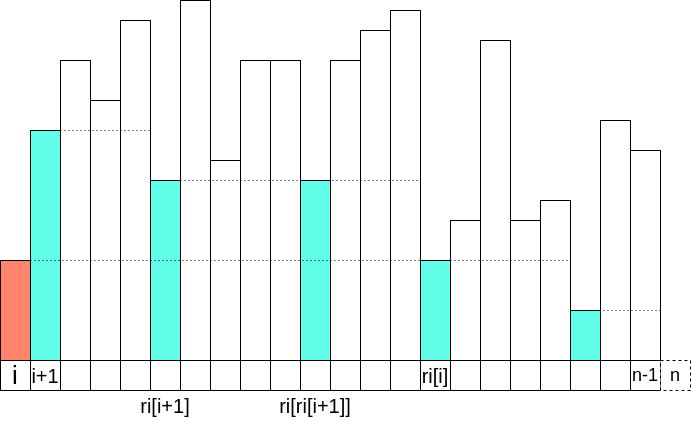
lrvideckis/programming_team_code keeps this draw.io diagram as tests/images/mono_stack.png. Above is the earlier version. Source tidied: cells renumbered, new cells last; positions are measured from the earlier drawing's top-left corner, leaving out a move shared by most shapes. The source it was exported from:
```xml
<mxGraphModel>
  <root>
    <mxCell id="0" />
    <mxCell id="1" parent="0" />
    <mxCell id="2" style="whiteSpace=wrap;html=1;" parent="1" vertex="1">
      <mxGeometry y="360" width="30" height="30" as="geometry" />
    </mxCell>
    <mxCell id="3" style="whiteSpace=wrap;html=1;" parent="1" vertex="1">
      <mxGeometry x="30" y="360" width="30" height="30" as="geometry" />
    </mxCell>
    <mxCell id="4" style="whiteSpace=wrap;html=1;" parent="1" vertex="1">
      <mxGeometry x="60" y="360" width="30" height="30" as="geometry" />
    </mxCell>
    <mxCell id="5" style="whiteSpace=wrap;html=1;" parent="1" vertex="1">
      <mxGeometry x="90" y="360" width="30" height="30" as="geometry" />
    </mxCell>
    <mxCell id="6" style="whiteSpace=wrap;html=1;" parent="1" vertex="1">
      <mxGeometry x="120" y="360" width="30" height="30" as="geometry" />
    </mxCell>
    <mxCell id="7" style="whiteSpace=wrap;html=1;" parent="1" vertex="1">
      <mxGeometry x="150" y="360" width="30" height="30" as="geometry" />
    </mxCell>
    <mxCell id="8" style="whiteSpace=wrap;html=1;" parent="1" vertex="1">
      <mxGeometry x="180" y="360" width="30" height="30" as="geometry" />
    </mxCell>
    <mxCell id="9" style="whiteSpace=wrap;html=1;" parent="1" vertex="1">
      <mxGeometry x="210" y="360" width="30" height="30" as="geometry" />
    </mxCell>
    <mxCell id="10" style="whiteSpace=wrap;html=1;" parent="1" vertex="1">
      <mxGeometry x="240" y="360" width="30" height="30" as="geometry" />
    </mxCell>
    <mxCell id="11" style="whiteSpace=wrap;html=1;" parent="1" vertex="1">
      <mxGeometry x="270" y="360" width="30" height="30" as="geometry" />
    </mxCell>
    <mxCell id="12" style="whiteSpace=wrap;html=1;" parent="1" vertex="1">
      <mxGeometry x="300" y="360" width="30" height="30" as="geometry" />
    </mxCell>
    <mxCell id="13" style="whiteSpace=wrap;html=1;" parent="1" vertex="1">
      <mxGeometry x="330" y="360" width="30" height="30" as="geometry" />
    </mxCell>
    <mxCell id="14" style="whiteSpace=wrap;html=1;" parent="1" vertex="1">
      <mxGeometry x="360" y="360" width="30" height="30" as="geometry" />
    </mxCell>
    <mxCell id="15" style="whiteSpace=wrap;html=1;" parent="1" vertex="1">
      <mxGeometry x="390" y="360" width="30" height="30" as="geometry" />
    </mxCell>
    <mxCell id="16" style="whiteSpace=wrap;html=1;" parent="1" vertex="1">
      <mxGeometry x="420" y="360" width="30" height="30" as="geometry" />
    </mxCell>
    <mxCell id="17" style="whiteSpace=wrap;html=1;" parent="1" vertex="1">
      <mxGeometry x="450" y="360" width="30" height="30" as="geometry" />
    </mxCell>
    <mxCell id="18" style="whiteSpace=wrap;html=1;" parent="1" vertex="1">
      <mxGeometry x="480" y="360" width="30" height="30" as="geometry" />
    </mxCell>
    <mxCell id="19" style="whiteSpace=wrap;html=1;" parent="1" vertex="1">
      <mxGeometry x="510" y="360" width="30" height="30" as="geometry" />
    </mxCell>
    <mxCell id="20" style="whiteSpace=wrap;html=1;" parent="1" vertex="1">
      <mxGeometry x="540" y="360" width="30" height="30" as="geometry" />
    </mxCell>
    <mxCell id="21" style="whiteSpace=wrap;html=1;" parent="1" vertex="1">
      <mxGeometry x="570" y="360" width="30" height="30" as="geometry" />
    </mxCell>
    <mxCell id="22" style="whiteSpace=wrap;html=1;" parent="1" vertex="1">
      <mxGeometry x="600" y="360" width="30" height="30" as="geometry" />
    </mxCell>
    <mxCell id="23" style="whiteSpace=wrap;html=1;" parent="1" vertex="1">
      <mxGeometry x="630" y="360" width="30" height="30" as="geometry" />
    </mxCell>
    <mxCell id="24" style="rounded=0;whiteSpace=wrap;html=1;fillColor=#FF846B;" parent="1" vertex="1">
      <mxGeometry y="260" width="30" height="100" as="geometry" />
    </mxCell>
    <mxCell id="25" style="rounded=0;whiteSpace=wrap;html=1;fillColor=#61FFEA;" parent="1" vertex="1">
      <mxGeometry x="30" y="130" width="30" height="230" as="geometry" />
    </mxCell>
    <mxCell id="26" style="rounded=0;whiteSpace=wrap;html=1;fillColor=#61FFEA;" parent="1" vertex="1">
      <mxGeometry x="150" y="180" width="30" height="180" as="geometry" />
    </mxCell>
    <mxCell id="27" style="rounded=0;whiteSpace=wrap;html=1;fillColor=#61FFEA;" parent="1" vertex="1">
      <mxGeometry x="300" y="180" width="30" height="180" as="geometry" />
    </mxCell>
    <mxCell id="28" style="rounded=0;whiteSpace=wrap;html=1;fillColor=#61FFEA;" parent="1" vertex="1">
      <mxGeometry x="420" y="260" width="30" height="100" as="geometry" />
    </mxCell>
    <mxCell id="29" style="rounded=0;whiteSpace=wrap;html=1;fillColor=#61FFEA;" parent="1" vertex="1">
      <mxGeometry x="570" y="310" width="30" height="50" as="geometry" />
    </mxCell>
    <mxCell id="30" style="rounded=0;whiteSpace=wrap;html=1;" parent="1" vertex="1">
      <mxGeometry x="60" y="60" width="30" height="300" as="geometry" />
    </mxCell>
    <mxCell id="31" style="rounded=0;whiteSpace=wrap;html=1;" parent="1" vertex="1">
      <mxGeometry x="90" y="100" width="30" height="260" as="geometry" />
    </mxCell>
    <mxCell id="32" style="rounded=0;whiteSpace=wrap;html=1;" parent="1" vertex="1">
      <mxGeometry x="120" y="20" width="30" height="340" as="geometry" />
    </mxCell>
    <mxCell id="33" style="rounded=0;whiteSpace=wrap;html=1;" parent="1" vertex="1">
      <mxGeometry x="180" width="30" height="360" as="geometry" />
    </mxCell>
    <mxCell id="34" style="rounded=0;whiteSpace=wrap;html=1;" parent="1" vertex="1">
      <mxGeometry x="210" y="160" width="30" height="200" as="geometry" />
    </mxCell>
    <mxCell id="35" style="rounded=0;whiteSpace=wrap;html=1;" parent="1" vertex="1">
      <mxGeometry x="240" y="60" width="30" height="300" as="geometry" />
    </mxCell>
    <mxCell id="36" style="rounded=0;whiteSpace=wrap;html=1;" parent="1" vertex="1">
      <mxGeometry x="270" y="60" width="30" height="300" as="geometry" />
    </mxCell>
    <mxCell id="37" style="rounded=0;whiteSpace=wrap;html=1;" parent="1" vertex="1">
      <mxGeometry x="330" y="60" width="30" height="300" as="geometry" />
    </mxCell>
    <mxCell id="38" style="rounded=0;whiteSpace=wrap;html=1;" parent="1" vertex="1">
      <mxGeometry x="360" y="30" width="30" height="330" as="geometry" />
    </mxCell>
    <mxCell id="39" style="rounded=0;whiteSpace=wrap;html=1;" parent="1" vertex="1">
      <mxGeometry x="390" y="10" width="30" height="350" as="geometry" />
    </mxCell>
    <mxCell id="40" style="rounded=0;whiteSpace=wrap;html=1;" parent="1" vertex="1">
      <mxGeometry x="450" y="220" width="30" height="140" as="geometry" />
    </mxCell>
    <mxCell id="41" style="rounded=0;whiteSpace=wrap;html=1;" parent="1" vertex="1">
      <mxGeometry x="480" y="40" width="30" height="320" as="geometry" />
    </mxCell>
    <mxCell id="42" style="rounded=0;whiteSpace=wrap;html=1;" parent="1" vertex="1">
      <mxGeometry x="510" y="220" width="30" height="140" as="geometry" />
    </mxCell>
    <mxCell id="43" style="rounded=0;whiteSpace=wrap;html=1;" parent="1" vertex="1">
      <mxGeometry x="540" y="200" width="30" height="160" as="geometry" />
    </mxCell>
    <mxCell id="44" style="rounded=0;whiteSpace=wrap;html=1;" parent="1" vertex="1">
      <mxGeometry x="600" y="120" width="30" height="240" as="geometry" />
    </mxCell>
    <mxCell id="45" style="rounded=0;whiteSpace=wrap;html=1;" parent="1" vertex="1">
      <mxGeometry x="630" y="150" width="30" height="210" as="geometry" />
    </mxCell>
    <mxCell id="46" value="&lt;font style=&quot;font-size: 26px;&quot;&gt;i&lt;/font&gt;" style="text;html=1;strokeColor=none;fillColor=none;align=center;verticalAlign=middle;whiteSpace=wrap;rounded=0;" parent="1" vertex="1">
      <mxGeometry y="360" width="30" height="30" as="geometry" />
    </mxCell>
    <mxCell id="47" value="&lt;font style=&quot;font-size: 20px;&quot;&gt;i+1&lt;/font&gt;" style="text;html=1;strokeColor=none;fillColor=none;align=center;verticalAlign=middle;whiteSpace=wrap;rounded=0;" parent="1" vertex="1">
      <mxGeometry x="30" y="360" width="30" height="30" as="geometry" />
    </mxCell>
    <mxCell id="48" value="&lt;font style=&quot;font-size: 20px;&quot;&gt;ri[i+1]&lt;/font&gt;" style="text;html=1;strokeColor=none;fillColor=none;align=center;verticalAlign=middle;whiteSpace=wrap;rounded=0;" parent="1" vertex="1">
      <mxGeometry x="135" y="390" width="60" height="30" as="geometry" />
    </mxCell>
    <mxCell id="49" value="&lt;font style=&quot;font-size: 20px;&quot;&gt;ri[ri[i+1]]&lt;/font&gt;" style="text;html=1;strokeColor=none;fillColor=none;align=center;verticalAlign=middle;whiteSpace=wrap;rounded=0;" parent="1" vertex="1">
      <mxGeometry x="285" y="390" width="60" height="30" as="geometry" />
    </mxCell>
    <mxCell id="50" value="&lt;font style=&quot;font-size: 18px;&quot;&gt;n-1&lt;/font&gt;" style="text;html=1;strokeColor=none;fillColor=none;align=center;verticalAlign=middle;whiteSpace=wrap;rounded=0;" parent="1" vertex="1">
      <mxGeometry x="630" y="360" width="30" height="30" as="geometry" />
    </mxCell>
    <mxCell id="51" style="whiteSpace=wrap;html=1;dashed=1;" parent="1" vertex="1">
      <mxGeometry x="660" y="360" width="30" height="30" as="geometry" />
    </mxCell>
    <mxCell id="52" value="&lt;font style=&quot;font-size: 18px;&quot;&gt;n&lt;/font&gt;" style="text;html=1;strokeColor=none;fillColor=none;align=center;verticalAlign=middle;whiteSpace=wrap;rounded=0;" parent="1" vertex="1">
      <mxGeometry x="660" y="360" width="30" height="30" as="geometry" />
    </mxCell>
    <mxCell id="53" value="&lt;font style=&quot;font-size: 20px;&quot;&gt;ri[i]&lt;/font&gt;" style="text;html=1;strokeColor=none;fillColor=none;align=center;verticalAlign=middle;whiteSpace=wrap;rounded=0;" parent="1" vertex="1">
      <mxGeometry x="420" y="360" width="30" height="30" as="geometry" />
    </mxCell>
    <mxCell id="54" style="endArrow=none;dashed=1;html=1;dashPattern=1 3;strokeWidth=1;rounded=0;exitX=1;exitY=0;exitDx=0;exitDy=0;entryX=0;entryY=0;entryDx=0;entryDy=0;" parent="1" edge="1" source="24">
      <mxGeometry relative="1" as="geometry">
        <mxPoint x="570" y="260" as="targetPoint" />
      </mxGeometry>
    </mxCell>
    <mxCell id="55" style="endArrow=none;dashed=1;html=1;dashPattern=1 3;strokeWidth=1;rounded=0;exitX=0;exitY=0.5;exitDx=0;exitDy=0;entryX=0;entryY=0;entryDx=0;entryDy=0;" parent="1" edge="1" source="33">
      <mxGeometry relative="1" as="geometry">
        <mxPoint x="420" y="180" as="targetPoint" />
      </mxGeometry>
    </mxCell>
    <mxCell id="56" style="endArrow=none;dashed=1;html=1;dashPattern=1 3;strokeWidth=1;rounded=0;exitX=1;exitY=0;exitDx=0;exitDy=0;entryX=0;entryY=0;entryDx=0;entryDy=0;" parent="1" edge="1">
      <mxGeometry relative="1" as="geometry">
        <mxPoint x="60" y="130" as="sourcePoint" />
        <mxPoint x="150" y="130" as="targetPoint" />
      </mxGeometry>
    </mxCell>
    <mxCell id="57" style="endArrow=none;dashed=1;html=1;dashPattern=1 3;strokeWidth=1;rounded=0;entryX=1;entryY=0;entryDx=0;entryDy=0;exitX=0;exitY=0;exitDx=0;exitDy=0;" parent="1" edge="1" target="29">
      <mxGeometry relative="1" as="geometry">
        <mxPoint x="660" y="310" as="sourcePoint" />
      </mxGeometry>
    </mxCell>
  </root>
</mxGraphModel>
```
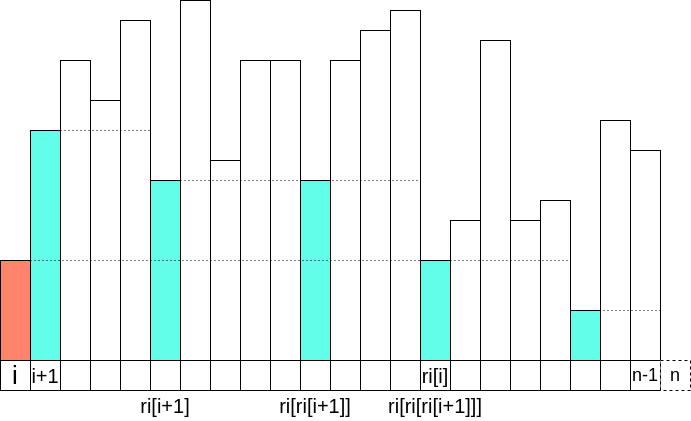
After the commit.

Diff of the diagram source:
```diff
@@ -179,5 +179,8 @@
         <mxPoint x="660" y="310" as="sourcePoint" />
       </mxGeometry>
     </mxCell>
+    <mxCell id="58" value="&lt;font style=&quot;font-size: 20px;&quot;&gt;ri[ri[ri[i+1]]]&lt;/font&gt;" style="text;html=1;strokeColor=none;fillColor=none;align=center;verticalAlign=middle;whiteSpace=wrap;rounded=0;" parent="1" vertex="1">
+      <mxGeometry x="405" y="390" width="60" height="30" as="geometry" />
+    </mxCell>
   </root>
 </mxGraphModel>
```
